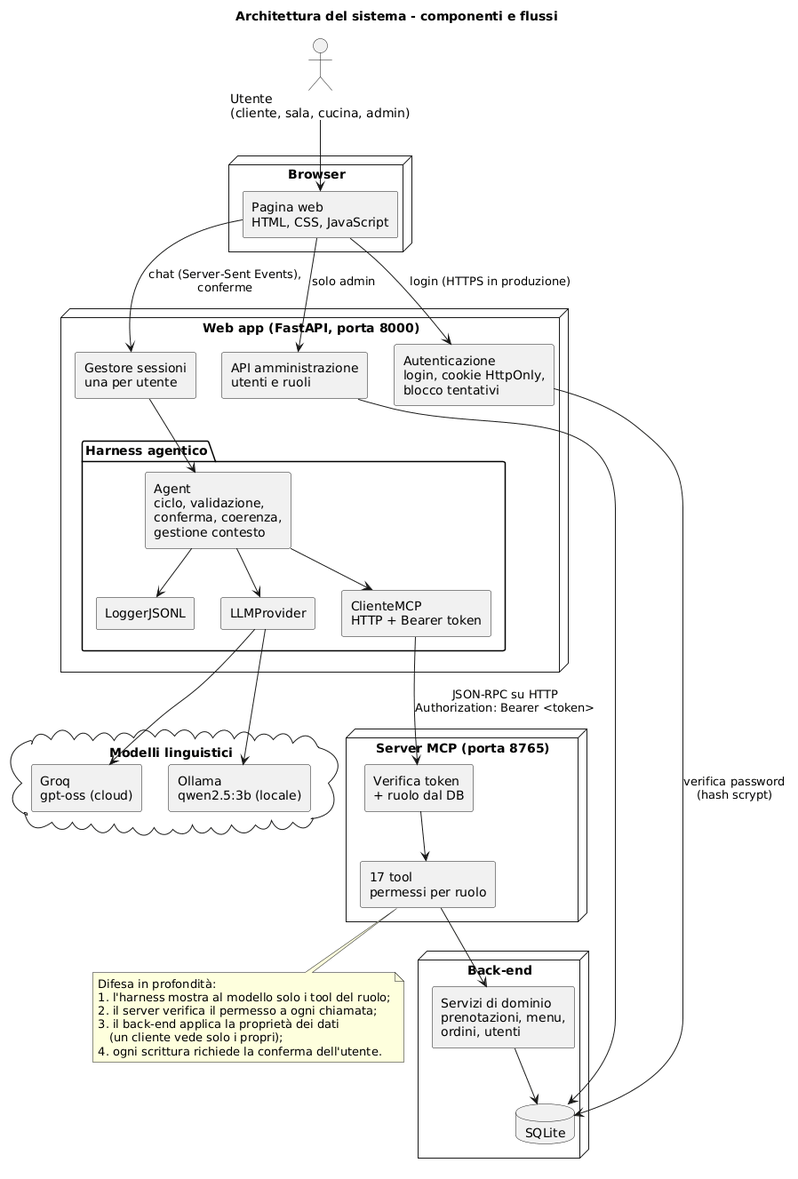
Before: docs/diagrammi/architettura.png, a diagram exported from PlantUML (Gabrymarg/Gabrymarg-AI-MCP). The source it was exported from:
```plantuml
@startuml
title Architettura del sistema - componenti e flussi
skinparam shadowing false
skinparam componentStyle rectangle
skinparam nodesep 30
skinparam ranksep 45

actor "Utente\n(cliente, sala, cucina, admin)" as U

node "Browser" {
  [Pagina web\nHTML, CSS, JavaScript] as FE
}

node "Web app (FastAPI, porta 8000)" {
  [Autenticazione\nlogin, cookie HttpOnly,\nblocco tentativi] as AUTH
  [Gestore sessioni\nuna per utente] as SES
  [API amministrazione\nutenti e ruoli] as ADM
  package "Harness agentico" {
    [Agent\nciclo, validazione,\nconferma, coerenza,\ngestione contesto] as AG
    [LLMProvider] as PROV
    [ClienteMCP\nHTTP + Bearer token] as CLI
    [LoggerJSONL] as LOG
  }
}

node "Server MCP (porta 8765)" {
  [Verifica token\n+ ruolo dal DB] as VER
  [17 tool\npermessi per ruolo] as TOOLS
}

node "Back-end" {
  [Servizi di dominio\nprenotazioni, menu,\nordini, utenti] as SRV
  database "SQLite" as DB
}

cloud "Modelli linguistici" {
  [Ollama\nqwen2.5:3b (locale)] as OLL
  [Groq\ngpt-oss (cloud)] as GROQ
}

U --> FE
FE --> AUTH : login (HTTPS in produzione)
FE --> SES : chat (Server-Sent Events),\nconferme
FE --> ADM : solo admin
SES --> AG
AG --> PROV
PROV --> OLL
PROV --> GROQ
AG --> CLI
AG --> LOG
CLI --> VER : JSON-RPC su HTTP\nAuthorization: Bearer <token>
VER --> TOOLS
TOOLS --> SRV
SRV --> DB
AUTH --> DB : verifica password\n(hash scrypt)
ADM --> DB

note bottom of TOOLS
  Difesa in profondità:
  1. l'harness mostra al modello solo i tool del ruolo;
  2. il server verifica il permesso a ogni chiamata;
  3. il back-end applica la proprietà dei dati
     (un cliente vede solo i propri);
  4. ogni scrittura richiede la conferma dell'utente.
end note
@enduml
```
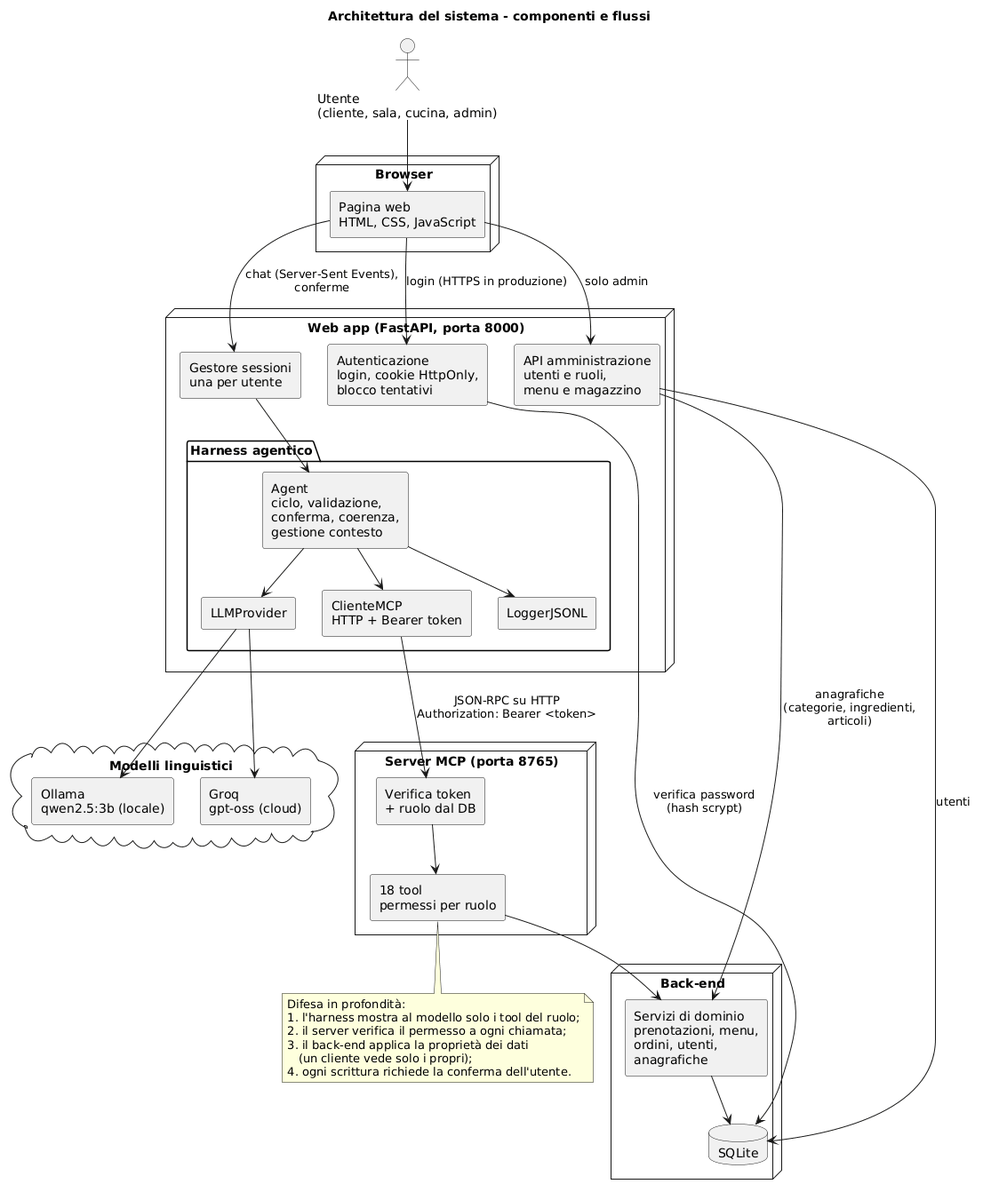
After the change.

What changed in the source:
```diff
@@ -14,7 +14,7 @@
 node "Web app (FastAPI, porta 8000)" {
   [Autenticazione\nlogin, cookie HttpOnly,\nblocco tentativi] as AUTH
   [Gestore sessioni\nuna per utente] as SES
-  [API amministrazione\nutenti e ruoli] as ADM
+  [API amministrazione\nutenti e ruoli,\nmenu e magazzino] as ADM
   package "Harness agentico" {
     [Agent\nciclo, validazione,\nconferma, coerenza,\ngestione contesto] as AG
     [LLMProvider] as PROV
@@ -25,11 +25,11 @@
 
 node "Server MCP (porta 8765)" {
   [Verifica token\n+ ruolo dal DB] as VER
-  [17 tool\npermessi per ruolo] as TOOLS
+  [18 tool\npermessi per ruolo] as TOOLS
 }
 
 node "Back-end" {
-  [Servizi di dominio\nprenotazioni, menu,\nordini, utenti] as SRV
+  [Servizi di dominio\nprenotazioni, menu,\nordini, utenti,\nanagrafiche] as SRV
   database "SQLite" as DB
 }
 
@@ -53,7 +53,8 @@
 TOOLS --> SRV
 SRV --> DB
 AUTH --> DB : verifica password\n(hash scrypt)
-ADM --> DB
+ADM --> SRV : anagrafiche\n(categorie, ingredienti,\narticoli)
+ADM --> DB : utenti
 
 note bottom of TOOLS
   Difesa in profondità:
```
